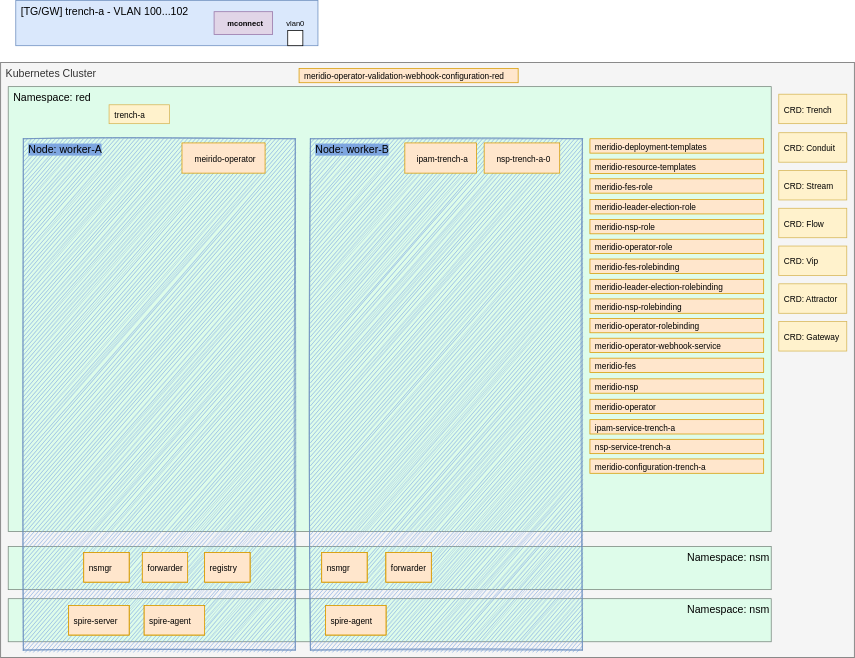
Nordix/Meridio keeps this draw.io diagram as Installation/assets/step-2.svg. Above is the earlier version. Source tidied: cells renumbered, new cells last; positions are measured from the earlier drawing's top-left corner, leaving out a move shared by most shapes.
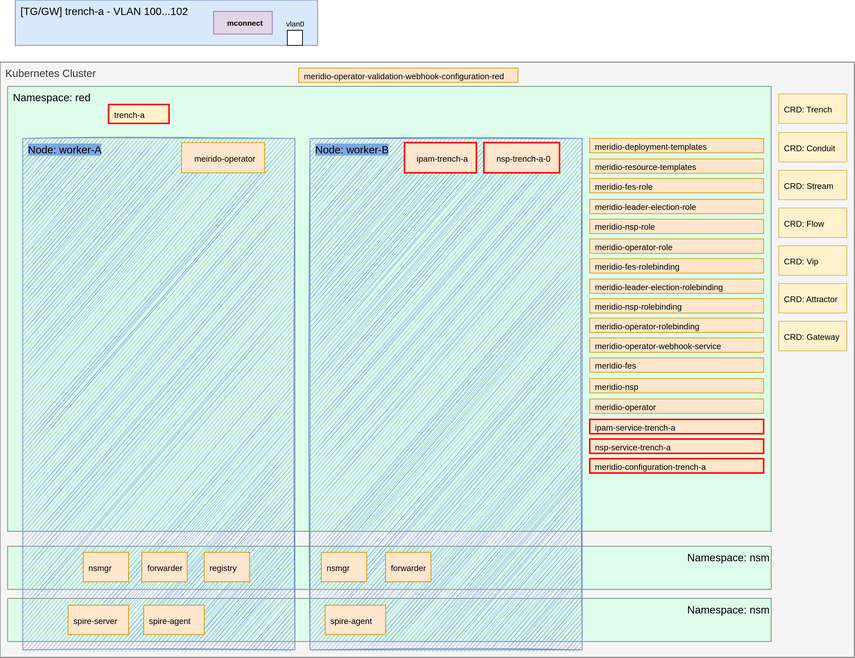
After the change.

Change to the diagram source:
```diff
@@ -32,13 +32,13 @@
     <mxCell id="11" value="&lt;b&gt;mconnect&lt;/b&gt;" style="rounded=0;whiteSpace=wrap;html=1;labelBackgroundColor=none;fontSize=10;align=center;spacingLeft=4;labelPosition=center;verticalLabelPosition=middle;verticalAlign=middle;fillColor=#e1d5e7;strokeColor=#9673a6;" parent="1" vertex="1">
       <mxGeometry x="282.5" y="15" width="77.5" height="30" as="geometry" />
     </mxCell>
-    <mxCell id="12" value="&lt;font style=&quot;font-size: 11px&quot;&gt;ipam-trench-a&lt;br&gt;&lt;/font&gt;" style="rounded=0;whiteSpace=wrap;html=1;labelBackgroundColor=none;fontSize=14;align=center;fillColor=#ffe6cc;strokeColor=#d79b00;verticalAlign=middle;spacingLeft=5;" parent="1" vertex="1">
+    <mxCell id="12" value="&lt;font style=&quot;font-size: 11px&quot;&gt;ipam-trench-a&lt;br&gt;&lt;/font&gt;" style="rounded=0;whiteSpace=wrap;html=1;labelBackgroundColor=none;fontSize=14;align=center;fillColor=#ffe6cc;strokeColor=#FF0000;verticalAlign=middle;spacingLeft=5;strokeWidth=2;" parent="1" vertex="1">
       <mxGeometry x="535" y="188.7" width="95" height="40" as="geometry" />
     </mxCell>
-    <mxCell id="13" value="&lt;font style=&quot;font-size: 11px&quot;&gt;nsp-trench-a-0&lt;br&gt;&lt;/font&gt;" style="rounded=0;whiteSpace=wrap;html=1;labelBackgroundColor=none;fontSize=14;align=center;fillColor=#ffe6cc;strokeColor=#d79b00;verticalAlign=middle;spacingLeft=5;" parent="1" vertex="1">
+    <mxCell id="13" value="&lt;font style=&quot;font-size: 11px&quot;&gt;nsp-trench-a-0&lt;br&gt;&lt;/font&gt;" style="rounded=0;whiteSpace=wrap;html=1;labelBackgroundColor=none;fontSize=14;align=center;fillColor=#ffe6cc;strokeColor=#FF0000;verticalAlign=middle;spacingLeft=5;strokeWidth=2;" parent="1" vertex="1">
       <mxGeometry x="640" y="188.7" width="100" height="40" as="geometry" />
     </mxCell>
-    <mxCell id="14" value="&lt;font style=&quot;font-size: 11px&quot;&gt;trench-a&lt;br&gt;&lt;/font&gt;" style="rounded=0;whiteSpace=wrap;html=1;labelBackgroundColor=none;fontSize=14;align=left;fillColor=#fff2cc;strokeColor=#d6b656;verticalAlign=middle;spacingLeft=5;" parent="1" vertex="1">
+    <mxCell id="14" value="&lt;font style=&quot;font-size: 11px&quot;&gt;trench-a&lt;br&gt;&lt;/font&gt;" style="rounded=0;whiteSpace=wrap;html=1;labelBackgroundColor=none;fontSize=14;align=left;fillColor=#fff2cc;strokeColor=#FF0000;verticalAlign=middle;spacingLeft=5;strokeWidth=2;" parent="1" vertex="1">
       <mxGeometry x="143.5" y="138.2" width="80" height="25" as="geometry" />
     </mxCell>
     <mxCell id="15" value="&lt;font style=&quot;font-size: 11px&quot;&gt;CRD: Trench&lt;br&gt;&lt;/font&gt;" style="rounded=0;whiteSpace=wrap;html=1;labelBackgroundColor=none;fontSize=14;align=left;fillColor=#fff2cc;strokeColor=#d6b656;verticalAlign=middle;spacingLeft=5;glass=0;shadow=0;" parent="1" vertex="1">
@@ -179,13 +179,13 @@
     <mxCell id="60" value="&lt;font style=&quot;font-size: 11px&quot;&gt;meridio-operator&lt;br&gt;&lt;/font&gt;" style="rounded=0;whiteSpace=wrap;html=1;labelBackgroundColor=none;fontSize=14;align=left;fillColor=#ffe6cc;strokeColor=#d79b00;verticalAlign=middle;spacingLeft=5;" parent="1" vertex="1">
       <mxGeometry x="780" y="528" width="230" height="19" as="geometry" />
     </mxCell>
-    <mxCell id="61" value="&lt;font style=&quot;font-size: 11px&quot;&gt;ipam-service-trench-a&lt;br&gt;&lt;/font&gt;" style="rounded=0;whiteSpace=wrap;html=1;labelBackgroundColor=none;fontSize=14;align=left;fillColor=#ffe6cc;strokeColor=#d79b00;verticalAlign=middle;spacingLeft=5;" parent="1" vertex="1">
+    <mxCell id="61" value="&lt;font style=&quot;font-size: 11px&quot;&gt;ipam-service-trench-a&lt;br&gt;&lt;/font&gt;" style="rounded=0;whiteSpace=wrap;html=1;labelBackgroundColor=none;fontSize=14;align=left;fillColor=#ffe6cc;strokeColor=#FF0000;verticalAlign=middle;spacingLeft=5;strokeWidth=2;" parent="1" vertex="1">
       <mxGeometry x="780" y="555" width="230" height="19" as="geometry" />
     </mxCell>
-    <mxCell id="62" value="&lt;font style=&quot;font-size: 11px&quot;&gt;nsp-service-trench-a&lt;br&gt;&lt;/font&gt;" style="rounded=0;whiteSpace=wrap;html=1;labelBackgroundColor=none;fontSize=14;align=left;fillColor=#ffe6cc;strokeColor=#d79b00;verticalAlign=middle;spacingLeft=5;" parent="1" vertex="1">
+    <mxCell id="62" value="&lt;font style=&quot;font-size: 11px&quot;&gt;nsp-service-trench-a&lt;br&gt;&lt;/font&gt;" style="rounded=0;whiteSpace=wrap;html=1;labelBackgroundColor=none;fontSize=14;align=left;fillColor=#ffe6cc;strokeColor=#FF0000;verticalAlign=middle;spacingLeft=5;strokeWidth=2;" parent="1" vertex="1">
       <mxGeometry x="780" y="581" width="230" height="19" as="geometry" />
     </mxCell>
-    <mxCell id="63" value="&lt;font style=&quot;font-size: 11px&quot;&gt;meridio-configuration-trench-a&lt;br&gt;&lt;/font&gt;" style="rounded=0;whiteSpace=wrap;html=1;labelBackgroundColor=none;fontSize=14;align=left;fillColor=#ffe6cc;strokeColor=#d79b00;verticalAlign=middle;spacingLeft=5;" parent="1" vertex="1">
+    <mxCell id="63" value="&lt;font style=&quot;font-size: 11px&quot;&gt;meridio-configuration-trench-a&lt;br&gt;&lt;/font&gt;" style="rounded=0;whiteSpace=wrap;html=1;labelBackgroundColor=none;fontSize=14;align=left;fillColor=#ffe6cc;strokeColor=#FF0000;verticalAlign=middle;spacingLeft=5;strokeWidth=2;" parent="1" vertex="1">
       <mxGeometry x="780" y="607" width="230" height="19" as="geometry" />
     </mxCell>
   </root>
```
